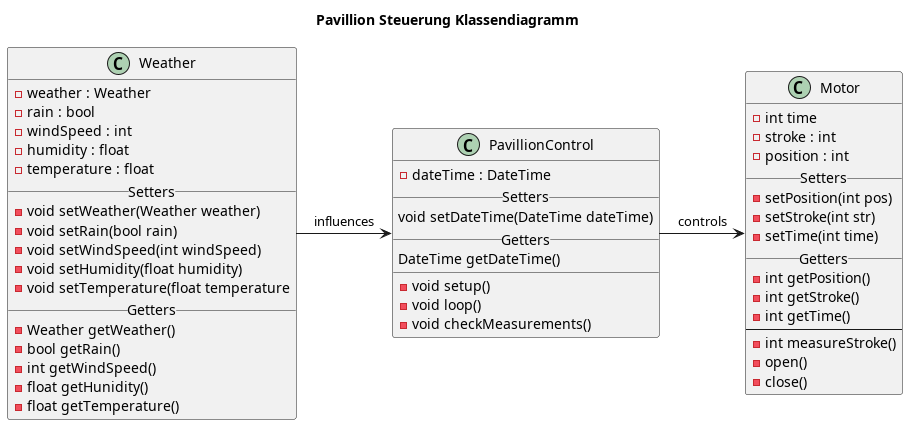
The PlantUML diagram docs/class-diagram.png in ckiri/pavillon-control, before a commit.
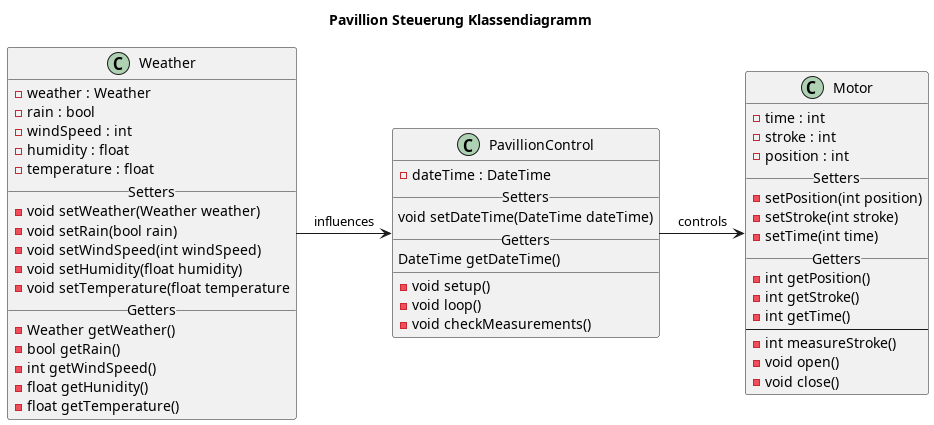
The same diagram one commit later.

Change to the diagram source:
```diff
@@ -23,12 +23,12 @@
 }
 
 class Motor {
-- int time
+- time : int
 - stroke : int
 - position : int
 __Setters__
-- setPosition(int pos)
-- setStroke(int str)
+- setPosition(int position)
+- setStroke(int stroke)
 - setTime(int time)
 __Getters__
 - int getPosition()
@@ -36,8 +36,8 @@
 - int getTime()
 --
 - int measureStroke()
-- open()
-- close()
+- void open()
+- void close()
 }
 
 class PavillionControl {
```
